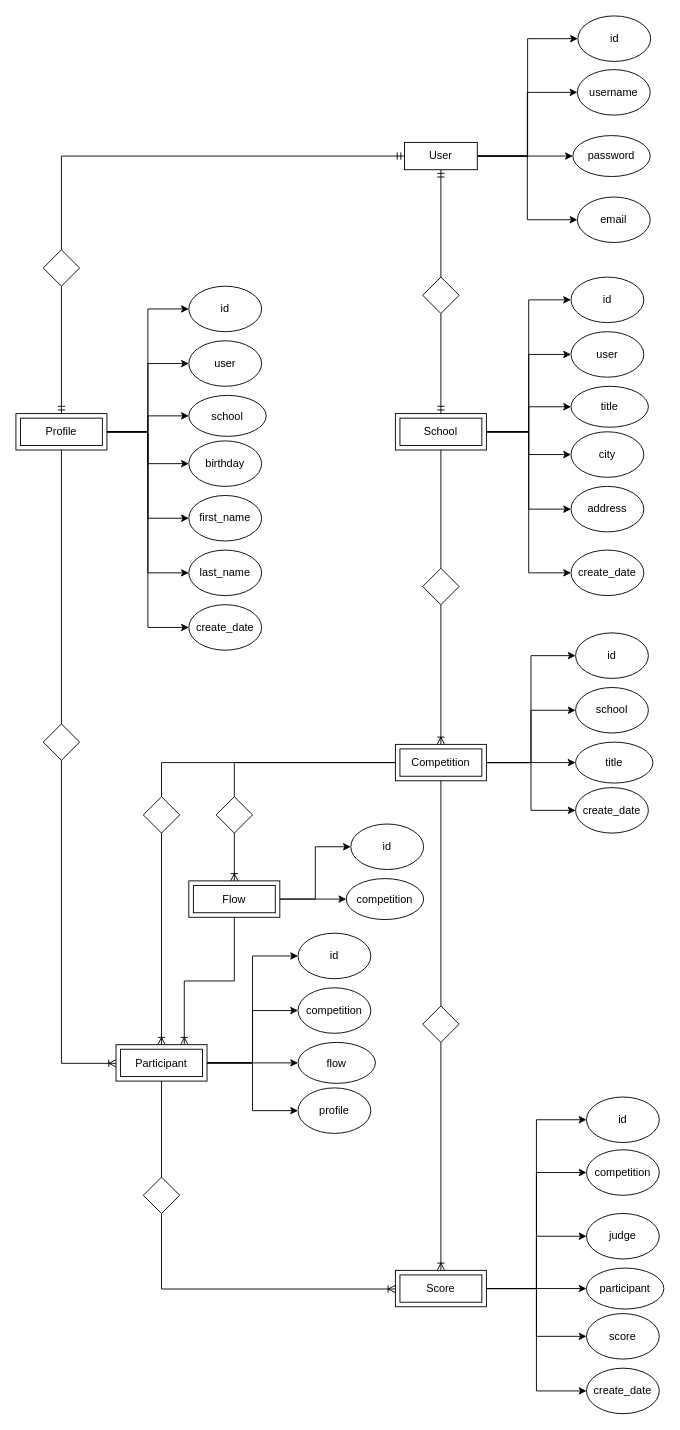
This is page "Чен" (2 of 2) of lab_01/БД.drawio from wd055/bmstu_db, a draw.io file, before an edit. Source tidied: cells renumbered, new cells numbered last; positions are measured from the earlier drawing's top-left corner, leaving out a move shared by most shapes. Both pictures are drawn from the tidied source at 91%, with x=0, y=0 at pixel (15, 15).
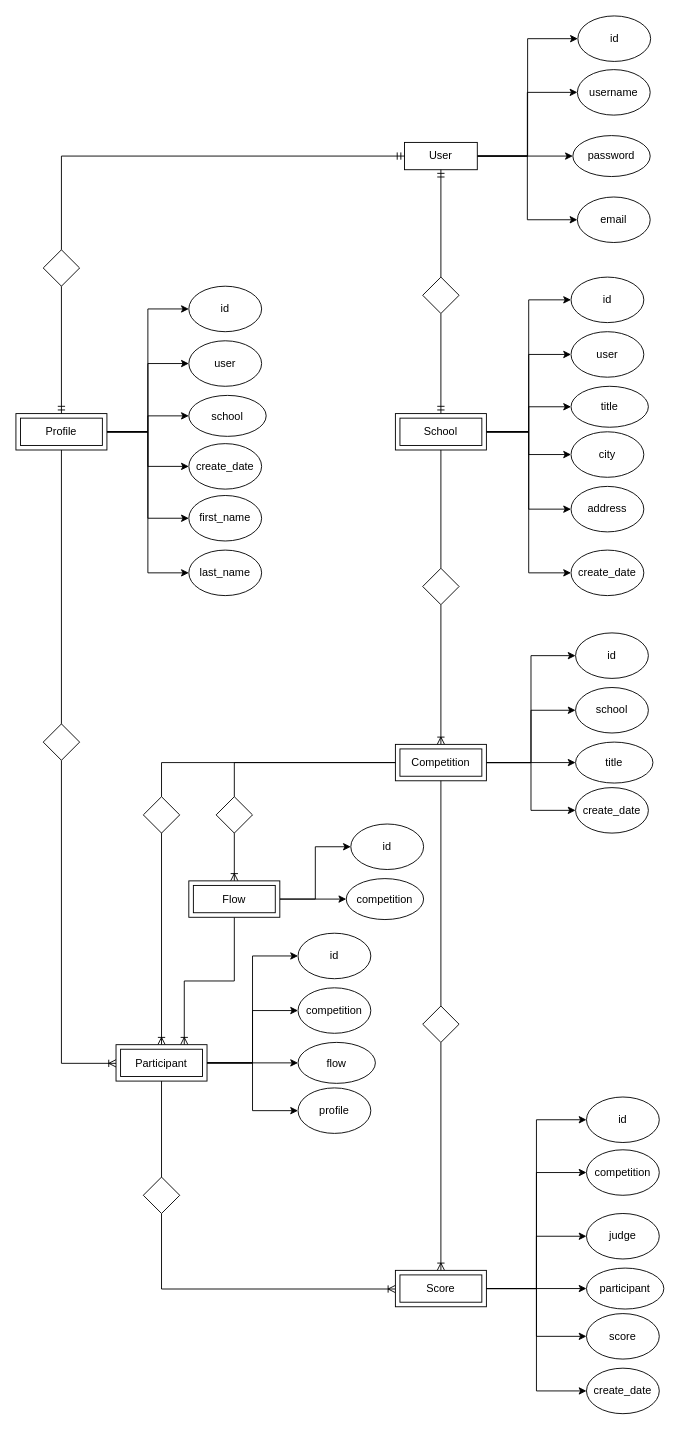
Above is the later version.

The change refers to these unchanged cells:
```xml
<mxCell id="61" value="Profile" style="shape=ext;margin=3;double=1;whiteSpace=wrap;html=1;align=center;" parent="1" vertex="1">
  <mxGeometry y="437" width="100" height="40" as="geometry" />
</mxCell>
```

Change to the diagram source:
```diff
@@
-    <mxCell id="14" style="edgeStyle=orthogonalEdgeStyle;rounded=0;jettySize=auto;html=1;entryX=0;entryY=0.5;entryDx=0;entryDy=0;" parent="1" edge="1" source="61" target="19">
-      <mxGeometry relative="1" as="geometry" />
-    </mxCell>
@@
-    <mxCell id="19" value="birthday" style="ellipse;whiteSpace=wrap;html=1;" parent="1" vertex="1">
-      <mxGeometry x="190" y="467" width="80" height="50" as="geometry" />
-    </mxCell>
@@
     <mxCell id="23" value="create_date" style="ellipse;whiteSpace=wrap;html=1;" parent="1" vertex="1">
-      <mxGeometry x="190" y="647" width="80" height="50" as="geometry" />
+      <mxGeometry x="190" y="470" width="80" height="50" as="geometry" />
     </mxCell>
```
